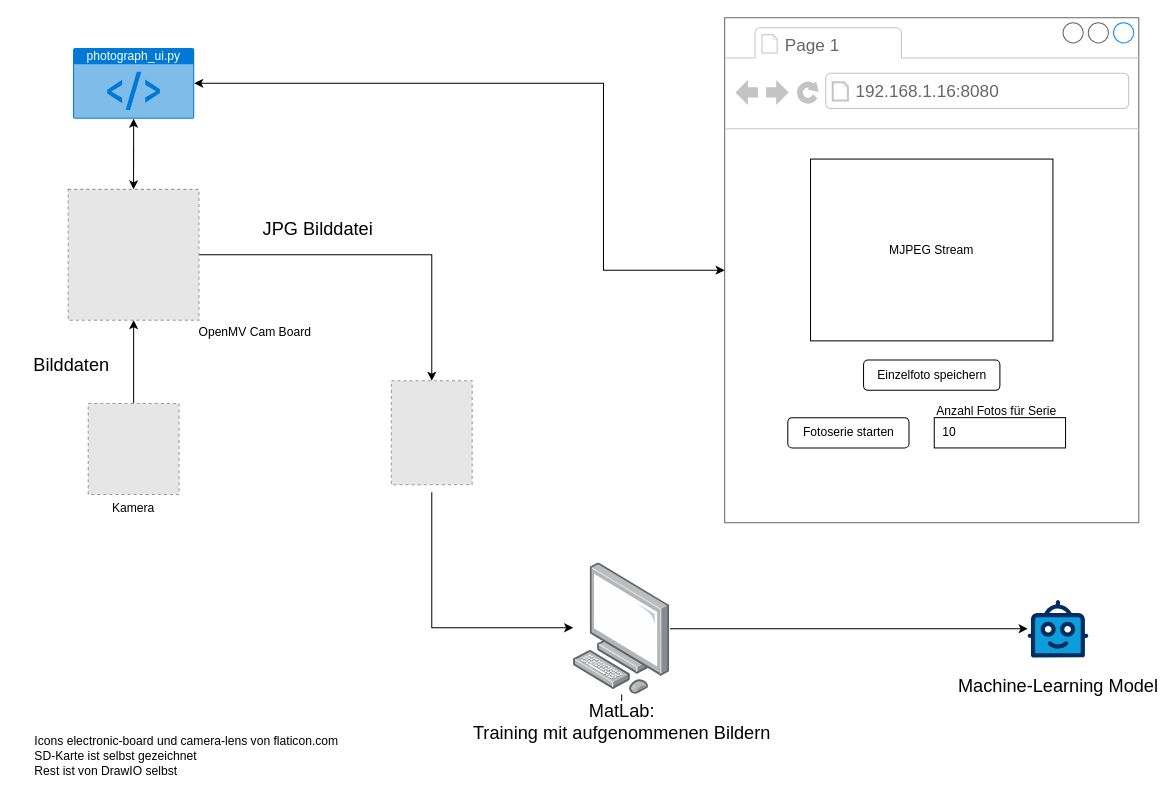
Commander-Philip/the-machine-learning-brick keeps this draw.io diagram as docs/how-to-teach-the machine-learning-algorithm.drawio. Above is the earlier version. Source tidied: cells renumbered, new cells numbered last; positions are measured from the earlier drawing's top-left corner, leaving out a move shared by most shapes. Both pictures are drawn from the tidied source at 101%, with x=0, y=0 at pixel (32, 17). Pictures stored in the file or linked from it are replaced by grey dashed boxes.
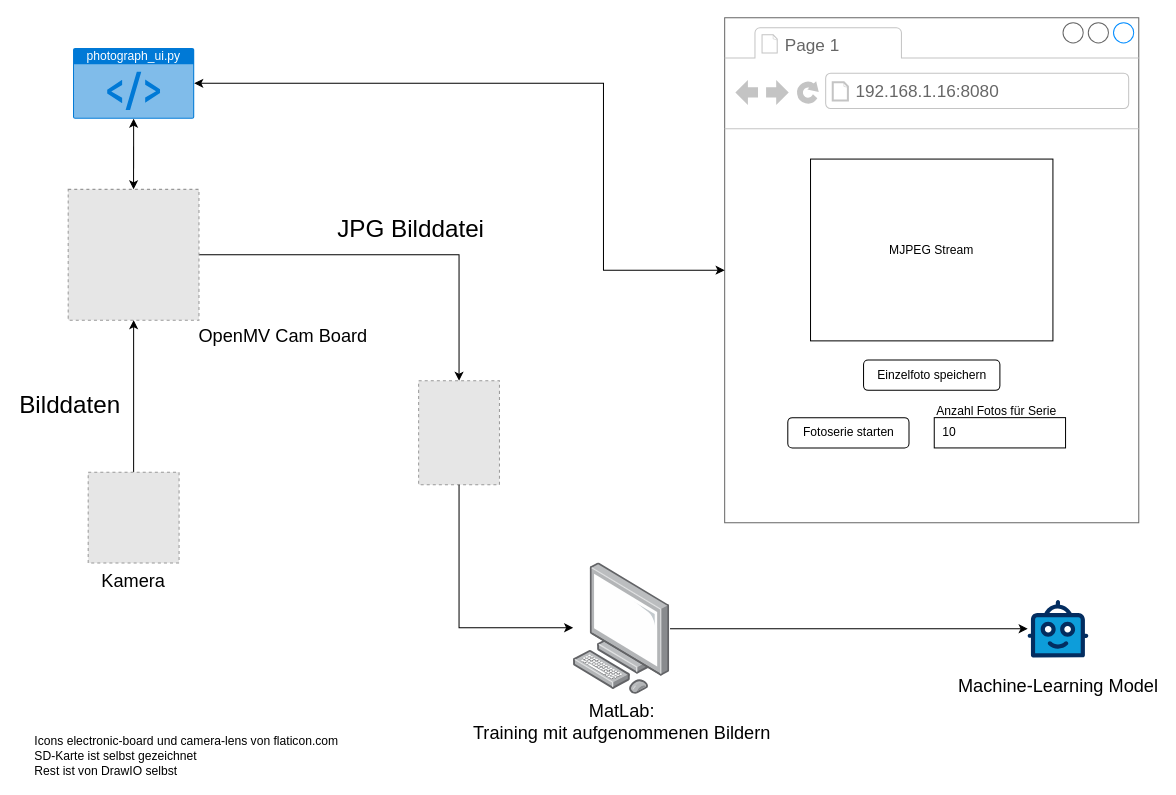
After the change.

The change refers to these unchanged cells:
```xml
<mxCell id="12" style="edgeStyle=orthogonalEdgeStyle;rounded=0;jettySize=auto;html=1;" parent="1" edge="1" source="14" target="3">
  <mxGeometry relative="1" as="geometry" />
</mxCell>
<mxCell id="15" value="Icons electronic-board und camera-lens von flaticon.com&lt;div&gt;SD-Karte ist selbst gezeichnet&lt;/div&gt;&lt;div&gt;Rest ist von DrawIO selbst&lt;/div&gt;" style="text;strokeColor=none;align=left;fillColor=none;html=1;verticalAlign=middle;whiteSpace=wrap;rounded=0;" parent="1" vertex="1">
  <mxGeometry y="711" width="1100" height="40" as="geometry" />
</mxCell>
<mxCell id="16" style="edgeStyle=orthogonalEdgeStyle;rounded=0;jettySize=auto;html=1;" parent="1" edge="1" source="18" target="14">
  <mxGeometry relative="1" as="geometry" />
</mxCell>
```

Change to the diagram source:
```diff
@@
     <mxCell id="3" style="fillColor=#E6E6E6;strokeColor=#999999;dashed=1;verticalLabelPosition=bottom;verticalAlign=top;" parent="1" vertex="1">
-      <mxGeometry x="355" y="359.5" width="80" height="103" as="geometry" />
+      <mxGeometry x="382" y="359.5" width="80" height="103" as="geometry" />
     </mxCell>
@@
-    <mxCell id="13" value="JPG&amp;nbsp;&lt;span style=&quot;background-color: light-dark(#ffffff, var(--ge-dark-color, #121212)); color: light-dark(rgb(0, 0, 0), rgb(255, 255, 255));&quot;&gt;Bilddatei&lt;/span&gt;" style="edgeLabel;html=1;align=center;verticalAlign=middle;fontSize=18;" parent="12" vertex="1">
+    <mxCell id="13" value="JPG&amp;nbsp;&lt;span style=&quot;background-color: light-dark(#ffffff, var(--ge-dark-color, #121212)); color: light-dark(rgb(0, 0, 0), rgb(255, 255, 255));&quot;&gt;Bilddatei&lt;/span&gt;" style="edgeLabel;html=1;align=center;verticalAlign=middle;fontSize=24;" parent="12" vertex="1">
       <mxGeometry x="-0.34" y="1" relative="1" as="geometry">
-        <mxPoint y="-24" as="offset" />
+        <mxPoint x="83" y="-24" as="offset" />
       </mxGeometry>
     </mxCell>
-    <mxCell id="14" value="OpenMV Cam Board" style="fillColor=#E6E6E6;strokeColor=#999999;dashed=1;verticalLabelPosition=bottom;verticalAlign=top;labelPosition=right;align=left;spacingTop=0;spacing=0;" parent="1" vertex="1">
+    <mxCell id="14" value="OpenMV Cam Board" style="fillColor=#E6E6E6;strokeColor=#999999;dashed=1;verticalLabelPosition=bottom;verticalAlign=top;labelPosition=right;align=left;spacingTop=0;spacing=0;fontSize=18;" parent="1" vertex="1">
       <mxGeometry x="35" y="170" width="129.5" height="129.5" as="geometry" />
     </mxCell>
@@
-    <mxCell id="17" value="Bilddaten" style="edgeLabel;html=1;align=left;verticalAlign=middle;fontSize=18;" parent="16" vertex="1">
+    <mxCell id="17" value="&lt;font style=&quot;font-size: 24px;&quot;&gt;Bilddaten&lt;/font&gt;" style="edgeLabel;html=1;align=left;verticalAlign=middle;fontSize=20;" parent="16" vertex="1">
       <mxGeometry x="-0.18" y="-2" relative="1" as="geometry">
-        <mxPoint x="-103" y="-5" as="offset" />
+        <mxPoint x="-117" y="-5" as="offset" />
       </mxGeometry>
     </mxCell>
-    <mxCell id="18" value="Kamera" style="fillColor=#E6E6E6;strokeColor=#999999;dashed=1;verticalLabelPosition=bottom;verticalAlign=top;" parent="1" vertex="1">
-      <mxGeometry x="54.8" y="382" width="90" height="90" as="geometry" />
+    <mxCell id="18" value="Kamera" style="fillColor=#E6E6E6;strokeColor=#999999;dashed=1;verticalLabelPosition=bottom;verticalAlign=top;fontSize=18;" parent="1" vertex="1">
+      <mxGeometry x="54.8" y="450" width="90" height="90" as="geometry" />
     </mxCell>
@@
-    <mxCell id="20" style="edgeStyle=orthogonalEdgeStyle;rounded=0;jettySize=auto;html=1;" parent="1" edge="1" source="21" target="15">
-      <mxGeometry relative="1" as="geometry" />
-    </mxCell>
-    <mxCell id="21" value="&lt;span style=&quot;font-size: 18px; text-align: left;&quot;&gt;MatLab:&lt;br&gt;Training&amp;nbsp;&lt;/span&gt;&lt;span style=&quot;font-size: 18px; text-align: left;&quot;&gt;mit aufgenommenen&amp;nbsp;&lt;/span&gt;&lt;span style=&quot;font-size: 18px; text-align: left;&quot;&gt;Bildern&lt;/span&gt;" style="image;points=[];html=1;align=center;shadow=0;dashed=0;image=img/lib/allied_telesis/computer_and_terminals/Personal_Computer.svg;" parent="1" vertex="1">
+    <mxCell id="21" value="&lt;span style=&quot;text-align: left;&quot;&gt;MatLab:&lt;br&gt;Training&amp;nbsp;&lt;/span&gt;&lt;span style=&quot;text-align: left;&quot;&gt;mit aufgenommenen&amp;nbsp;&lt;/span&gt;&lt;span style=&quot;text-align: left;&quot;&gt;Bildern&lt;/span&gt;" style="image;points=[];html=1;align=center;shadow=0;dashed=0;image=img/lib/allied_telesis/computer_and_terminals/Personal_Computer.svg;fontSize=18;" parent="1" vertex="1">
       <mxGeometry x="535" y="540" width="95.9" height="130" as="geometry" />
     </mxCell>
-    <mxCell id="22" style="edgeStyle=orthogonalEdgeStyle;rounded=0;jettySize=auto;html=1;" parent="1" edge="1" target="21">
+    <mxCell id="22" style="edgeStyle=orthogonalEdgeStyle;rounded=0;jettySize=auto;html=1;exitX=0.5;exitY=1;exitDx=0;exitDy=0;" parent="1" edge="1" source="3" target="21">
       <mxGeometry relative="1" as="geometry">
-        <mxPoint x="395" y="470" as="sourcePoint" />
         <Array as="points">
-          <mxPoint x="395" y="604" />
+          <mxPoint x="422" y="604" />
         </Array>
       </mxGeometry>
     </mxCell>
```
